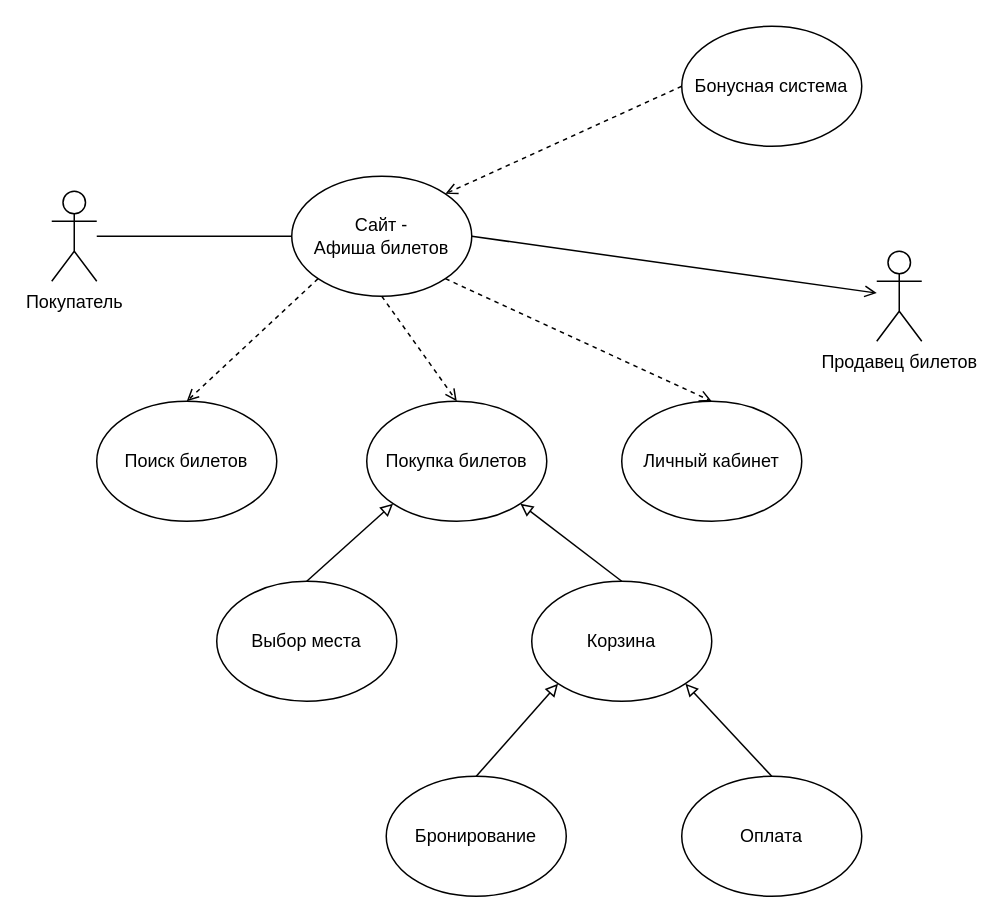
Above: Диаграмма без названия.drawio in MurkaSelebry/ttt (draw.io), before the change. Source tidied: cells renumbered, new cells numbered last; positions are measured from the earlier drawing's top-left corner, leaving out a move shared by most shapes. Both pictures are drawn from the tidied source at 150%, with x=0, y=0 at pixel (51, 26).
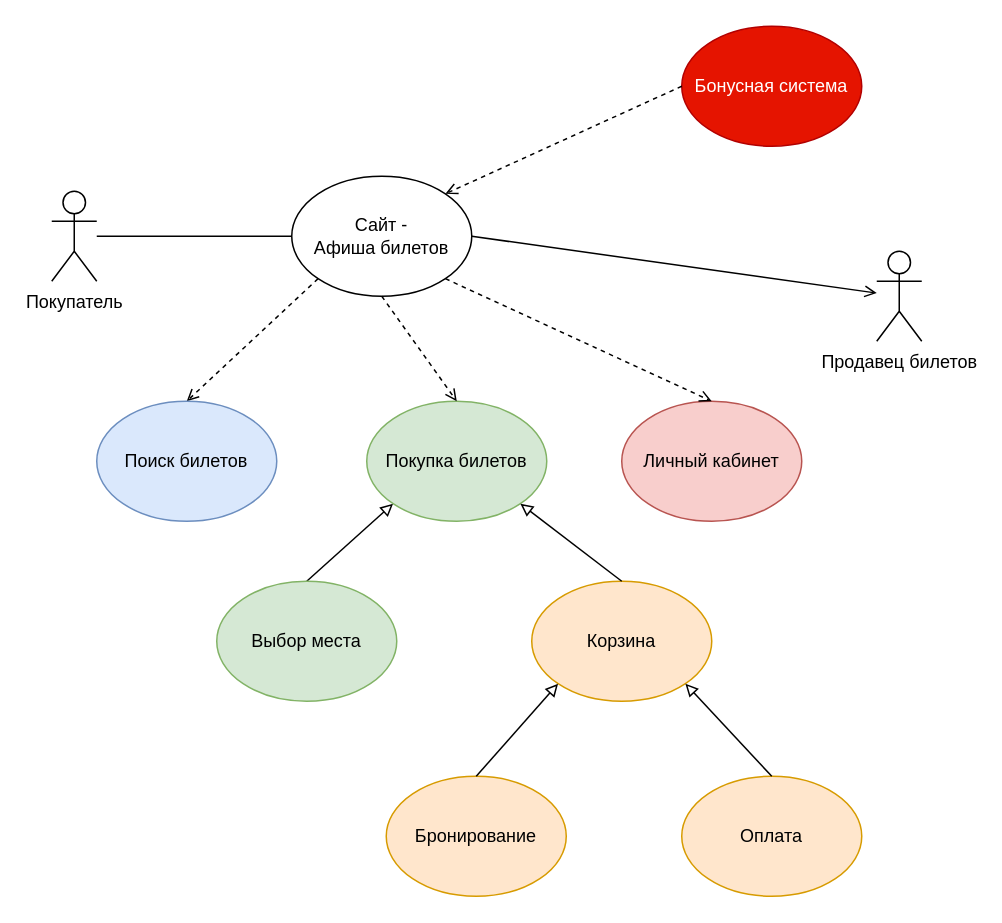
Above is the later version.

What changed in the source:
```diff
@@
-    <mxCell id="7" value="Поиск билетов" style="ellipse;whiteSpace=wrap;html=1;" parent="1" vertex="1">
+    <mxCell id="7" value="Поиск билетов" style="ellipse;whiteSpace=wrap;html=1;fillColor=#dae8fc;strokeColor=#6c8ebf;" parent="1" vertex="1">
       <mxGeometry x="30" y="250" width="120" height="80" as="geometry" />
     </mxCell>
@@
-    <mxCell id="9" value="Выбор места" style="ellipse;whiteSpace=wrap;html=1;" parent="1" vertex="1">
+    <mxCell id="9" value="Выбор места" style="ellipse;whiteSpace=wrap;html=1;fillColor=#d5e8d4;strokeColor=#82b366;" parent="1" vertex="1">
       <mxGeometry x="110" y="370" width="120" height="80" as="geometry" />
     </mxCell>
-    <mxCell id="10" value="Бронирование" style="ellipse;whiteSpace=wrap;html=1;" parent="1" vertex="1">
+    <mxCell id="10" value="Бронирование" style="ellipse;whiteSpace=wrap;html=1;fillColor=#ffe6cc;strokeColor=#d79b00;" parent="1" vertex="1">
       <mxGeometry x="223" y="500" width="120" height="80" as="geometry" />
     </mxCell>
-    <mxCell id="11" value="Покупка билетов" style="ellipse;whiteSpace=wrap;html=1;" parent="1" vertex="1">
+    <mxCell id="11" value="Покупка билетов" style="ellipse;whiteSpace=wrap;html=1;fillColor=#d5e8d4;strokeColor=#82b366;" parent="1" vertex="1">
       <mxGeometry x="210" y="250" width="120" height="80" as="geometry" />
     </mxCell>
-    <mxCell id="12" value="Корзина" style="ellipse;whiteSpace=wrap;html=1;" parent="1" vertex="1">
+    <mxCell id="12" value="Корзина" style="ellipse;whiteSpace=wrap;html=1;fillColor=#ffe6cc;strokeColor=#d79b00;" parent="1" vertex="1">
       <mxGeometry x="320" y="370" width="120" height="80" as="geometry" />
     </mxCell>
-    <mxCell id="13" value="Оплата" style="ellipse;whiteSpace=wrap;html=1;" parent="1" vertex="1">
+    <mxCell id="13" value="Оплата" style="ellipse;whiteSpace=wrap;html=1;fillColor=#ffe6cc;strokeColor=#d79b00;" parent="1" vertex="1">
       <mxGeometry x="420" y="500" width="120" height="80" as="geometry" />
     </mxCell>
-    <mxCell id="14" value="Личный кабинет" style="ellipse;whiteSpace=wrap;html=1;" parent="1" vertex="1">
+    <mxCell id="14" value="Личный кабинет" style="ellipse;whiteSpace=wrap;html=1;fillColor=#f8cecc;strokeColor=#b85450;" parent="1" vertex="1">
       <mxGeometry x="380" y="250" width="120" height="80" as="geometry" />
     </mxCell>
-    <mxCell id="15" value="Бонусная система" style="ellipse;whiteSpace=wrap;html=1;" parent="1" vertex="1">
+    <mxCell id="15" value="Бонусная система" style="ellipse;whiteSpace=wrap;html=1;fillColor=#e51400;strokeColor=#B20000;fontColor=#ffffff;" parent="1" vertex="1">
       <mxGeometry x="420" width="120" height="80" as="geometry" />
     </mxCell>
```
